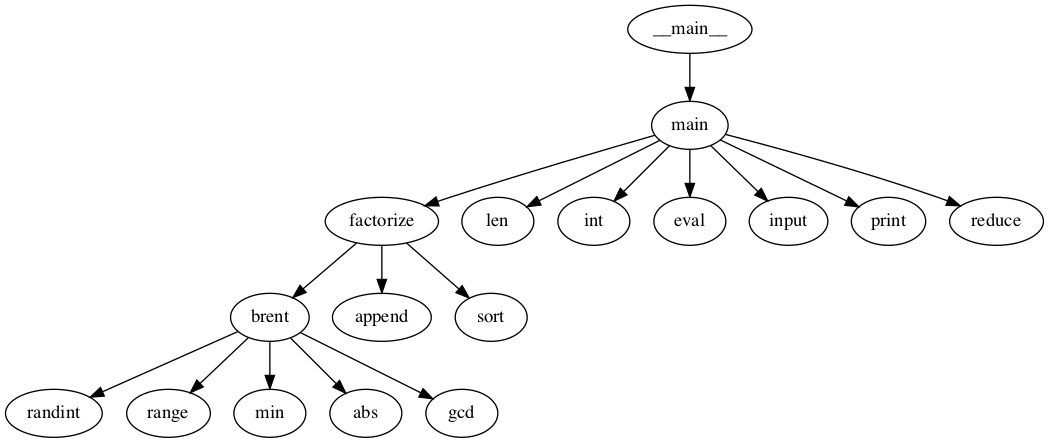
Earlier version of the Graphviz export CallGraph_images/PrimesOfInt.png (JordanCoyne97/Final_Year_Project). Its source is kept beside it as CallGraph_dots/PrimesOfInt.dot.
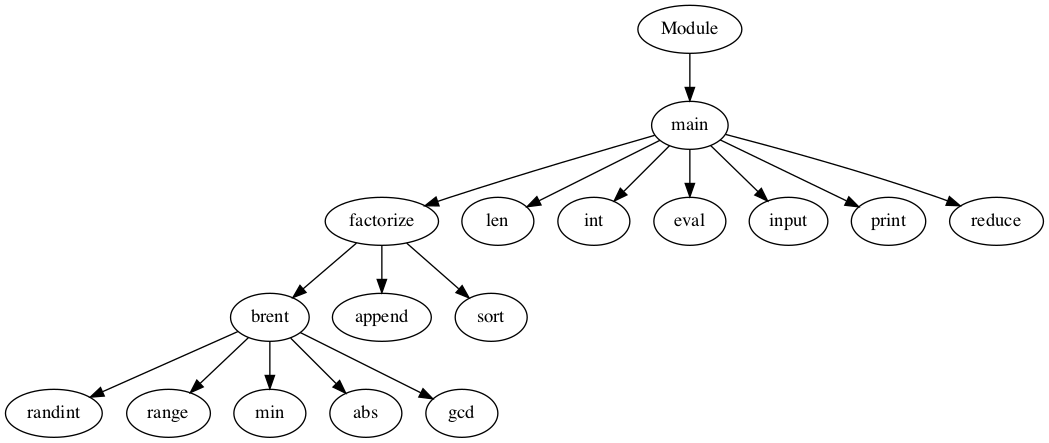
After the commit.

Diff of the diagram source:
```diff
@@ -15,7 +15,7 @@
 input;
 print;
 reduce;
-__main__;
+Module;
 brent -> randint;
 brent -> range;
 brent -> min;
@@ -31,5 +31,5 @@
 main -> factorize;
 main -> print;
 main -> reduce;
-__main__ -> main;
+Module -> main;
 }
```
